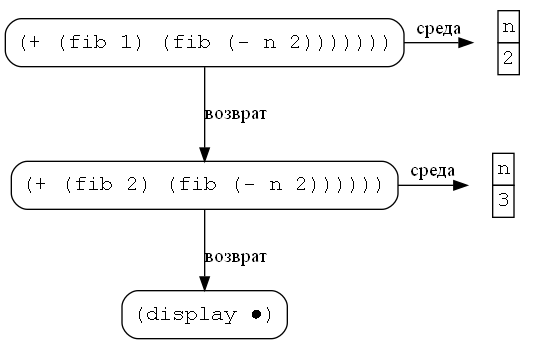
This is pics/gen/1140-fib.png from bmstu-iu9/scheme-labs, a Graphviz export, as it was before one commit. Its source is kept beside it as pics/gen/1140-fib.dot. Its diagram source:
```dot
digraph {
  fontname="Courier New";
  node [shape=rect, style=rounded, fontname="Courier New", fontsize=16];

  f2 [
    label=
      "(+ (fib 1) (fib (- n 2)))))))\n",
  ]
  e2 [
    shape=none,
    label=<
      <table border="0" cellborder="1" cellspacing="0">
      <tr><td>n</td></tr>
      <tr><td>2</td></tr>
      </table>
    >
  ];
  f2 -> e2 [label="среда"];
  { rank=same; f2, e2; }

  f1 [
    label=
      "(+ (fib 2) (fib (- n 2))))))\n",
  ];
  f2 -> f1 [label="возврат"];
  e1 [
    shape=none,
    label=<
      <table border="0" cellborder="1" cellspacing="0">
      <tr><td>n</td></tr>
      <tr><td>3</td></tr>
      </table>
    >
  ];
  f1 -> e1 [label="среда"];
  { rank=same; f1, e1; }

  f0 [label="(display ●)"];
  f1 -> f0 [label="возврат"];
}
```
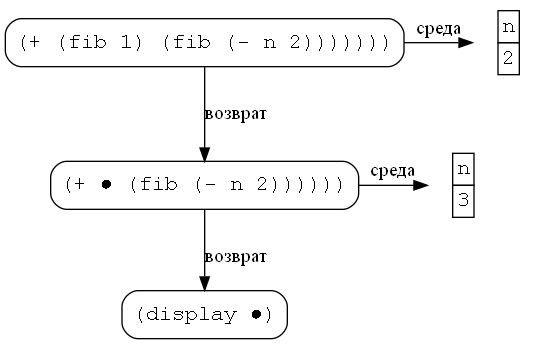
The same diagram one commit later.

What changed in the source:
```diff
@@ -20,7 +20,7 @@
 
   f1 [
     label=
-      "(+ (fib 2) (fib (- n 2))))))\n",
+      "(+ ● (fib (- n 2))))))\n",
   ];
   f2 -> f1 [label="возврат"];
   e1 [
```
